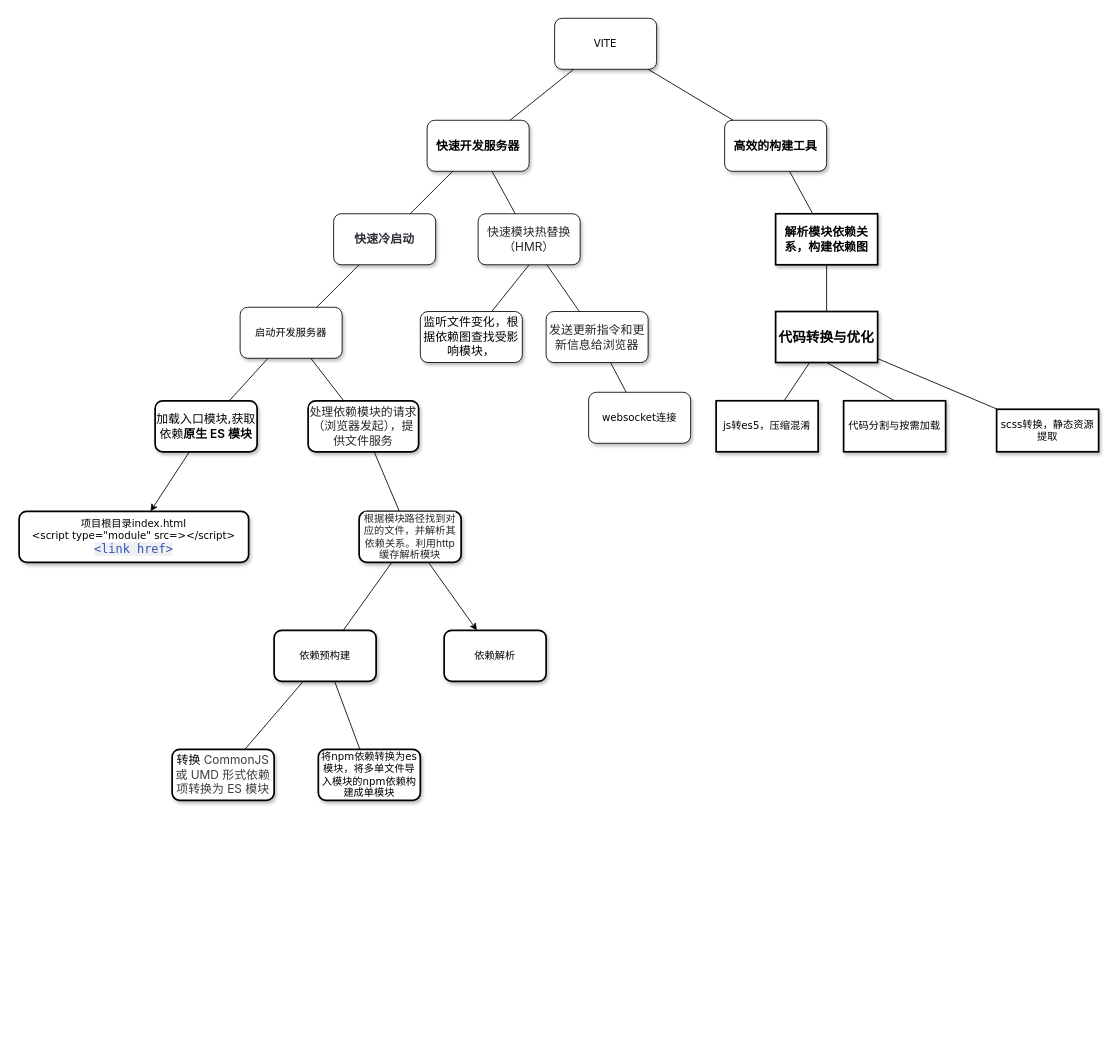
siyuejiwang/tools keeps this draw.io diagram as 未命名绘图.drawio. Above is the earlier version. Source tidied: cells renumbered, new cells numbered last; positions are measured from the earlier drawing's top-left corner, leaving out a move shared by most shapes. Both pictures are drawn from the tidied source at 85%, with x=0, y=0 at pixel (19, 18).
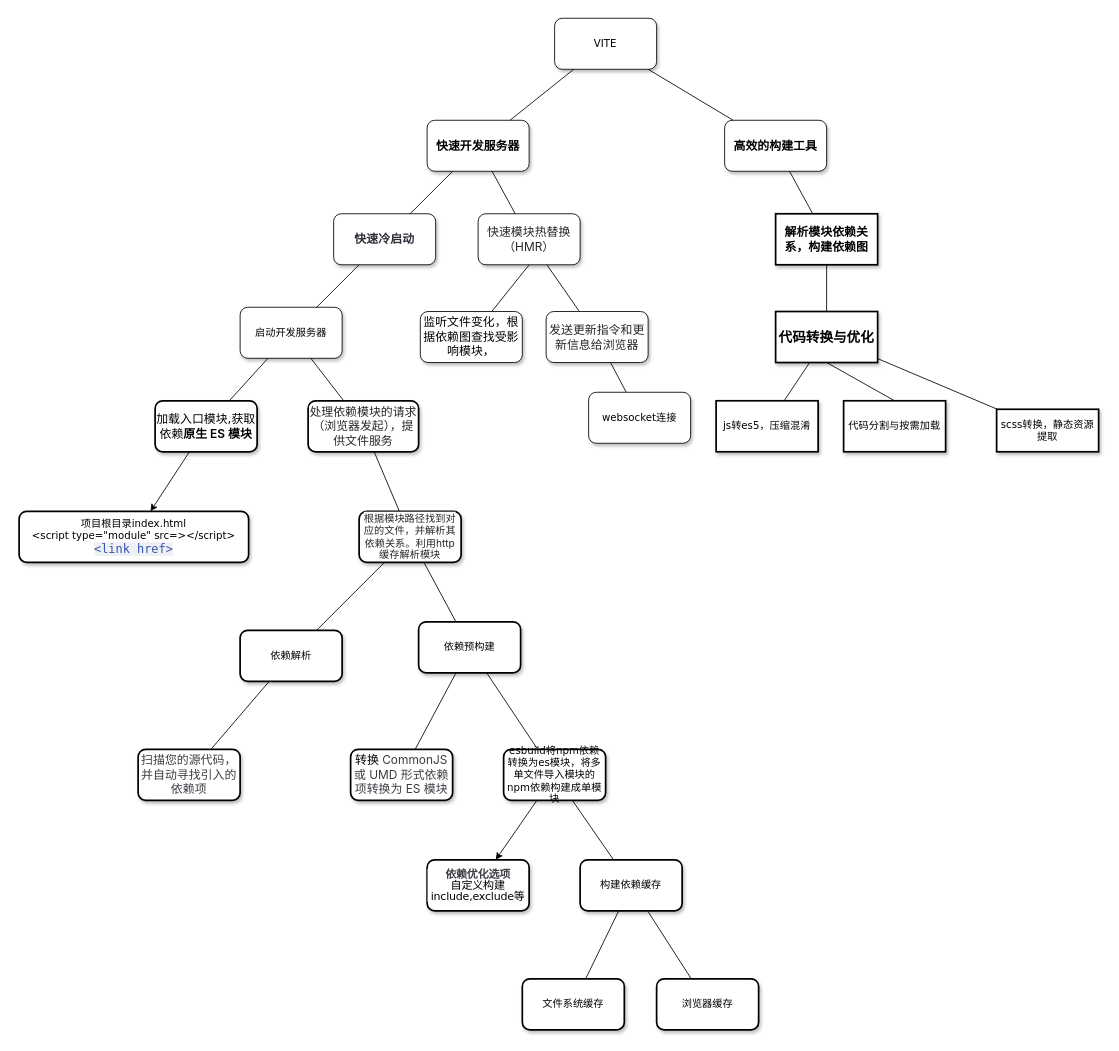
The same page after the edit.

Commit message:
更新未命名绘图.drawio

The change refers to these unchanged cells:
```xml
<mxCell id="26" value="&lt;span style=&quot;color: rgba(0, 0, 0, 0.85); font-family: Inter, -apple-system, &amp;quot;system-ui&amp;quot;, &amp;quot;Segoe UI&amp;quot;, &amp;quot;SF Pro SC&amp;quot;, &amp;quot;SF Pro Display&amp;quot;, &amp;quot;SF Pro Icons&amp;quot;, &amp;quot;PingFang SC&amp;quot;, &amp;quot;Hiragino Sans GB&amp;quot;, &amp;quot;Microsoft YaHei&amp;quot;, &amp;quot;Helvetica Neue&amp;quot;, Helvetica, Arial, sans-serif; text-align: left; background-color: rgb(255, 255, 255);&quot;&gt;&lt;font style=&quot;font-size: 12px;&quot;&gt;根据模块路径找到对应的文件，并解析其依赖关系。利用http缓存解析模块&lt;/font&gt;&lt;/span&gt;" style="whiteSpace=wrap;html=1;fontFamily=Verdana;rounded=1;shadow=1;labelBackgroundColor=none;strokeWidth=2;" parent="1" vertex="1">
  <mxGeometry x="400" y="580" width="120" height="60" as="geometry" />
</mxCell>
```

Change to the diagram source:
```diff
@@
-    <mxCell id="25" style="rounded=0;jettySize=auto;html=1;" parent="1" edge="1" source="26" target="42">
+    <mxCell id="25" style="rounded=0;jettySize=auto;html=1;endArrow=none;endFill=0;" parent="1" edge="1" source="26" target="42">
       <mxGeometry relative="1" as="geometry" />
     </mxCell>
@@
     <mxCell id="41" value="依赖预构建" style="whiteSpace=wrap;html=1;fontFamily=Verdana;rounded=1;shadow=1;labelBackgroundColor=none;strokeWidth=2;" parent="1" vertex="1">
-      <mxGeometry x="300" y="720" width="120" height="60" as="geometry" />
+      <mxGeometry x="470" y="710" width="120" height="60" as="geometry" />
     </mxCell>
+    <mxCell id="45" style="rounded=0;jettySize=auto;html=1;endArrow=none;endFill=0;" parent="1" edge="1" source="42" target="54">
+      <mxGeometry relative="1" as="geometry" />
+    </mxCell>
     <mxCell id="42" value="依赖解析" style="whiteSpace=wrap;html=1;fontFamily=Verdana;rounded=1;shadow=1;labelBackgroundColor=none;strokeWidth=2;" parent="1" vertex="1">
-      <mxGeometry x="500" y="720" width="120" height="60" as="geometry" />
+      <mxGeometry x="260" y="720" width="120" height="60" as="geometry" />
     </mxCell>
     <mxCell id="43" value="转换&lt;span style=&quot;color: rgb(60, 60, 67); font-family: &amp;quot;Punctuation SC&amp;quot;, Inter, ui-sans-serif, system-ui, sans-serif, &amp;quot;Apple Color Emoji&amp;quot;, &amp;quot;Segoe UI Emoji&amp;quot;, &amp;quot;Segoe UI Symbol&amp;quot;, &amp;quot;Noto Color Emoji&amp;quot;; font-size: 14px; text-align: left; background-color: rgb(255, 255, 255);&quot;&gt;&amp;nbsp;CommonJS 或 UMD 形式依赖项转换为 ES 模块&lt;/span&gt;" style="whiteSpace=wrap;html=1;fontFamily=Verdana;rounded=1;shadow=1;labelBackgroundColor=none;strokeWidth=2;fontSize=14;" parent="1" vertex="1">
-      <mxGeometry x="180" y="860" width="120" height="60" as="geometry" />
+      <mxGeometry x="390" y="860" width="120" height="60" as="geometry" />
     </mxCell>
+    <mxCell id="46" style="rounded=0;jettySize=auto;html=1;endArrow=none;endFill=0;" parent="1" edge="1" source="44" target="50">
+      <mxGeometry relative="1" as="geometry" />
+    </mxCell>
+    <mxCell id="47" style="rounded=0;jettySize=auto;html=1;" parent="1" edge="1" source="44" target="53">
+      <mxGeometry relative="1" as="geometry" />
+    </mxCell>
-    <mxCell id="44" value="将npm依赖转换为es模块，将多单文件导入模块的npm依赖构建成单模块" style="whiteSpace=wrap;html=1;fontFamily=Verdana;rounded=1;shadow=1;labelBackgroundColor=none;strokeWidth=2;" parent="1" vertex="1">
-      <mxGeometry x="352" y="860" width="120" height="60" as="geometry" />
+    <mxCell id="44" value="esbuild将npm依赖转换为es模块，将多单文件导入模块的npm依赖构建成单模块" style="whiteSpace=wrap;html=1;fontFamily=Verdana;rounded=1;shadow=1;labelBackgroundColor=none;strokeWidth=2;" parent="1" vertex="1">
+      <mxGeometry x="570" y="860" width="120" height="60" as="geometry" />
     </mxCell>
+    <mxCell id="48" style="rounded=0;jettySize=auto;html=1;endArrow=none;endFill=0;" parent="1" edge="1" source="50" target="51">
+      <mxGeometry relative="1" as="geometry" />
+    </mxCell>
+    <mxCell id="49" style="rounded=0;jettySize=auto;html=1;endArrow=none;endFill=0;" parent="1" edge="1" source="50" target="52">
+      <mxGeometry relative="1" as="geometry" />
+    </mxCell>
+    <mxCell id="50" value="构建依赖缓存" style="whiteSpace=wrap;html=1;fontFamily=Verdana;rounded=1;shadow=1;labelBackgroundColor=none;strokeWidth=2;" parent="1" vertex="1">
+      <mxGeometry x="660" y="990" width="120" height="60" as="geometry" />
+    </mxCell>
+    <mxCell id="51" value="文件系统缓存" style="whiteSpace=wrap;html=1;fontFamily=Verdana;rounded=1;shadow=1;labelBackgroundColor=none;strokeWidth=2;" parent="1" vertex="1">
+      <mxGeometry x="592" y="1130" width="120" height="60" as="geometry" />
+    </mxCell>
+    <mxCell id="52" value="浏览器缓存" style="whiteSpace=wrap;html=1;fontFamily=Verdana;rounded=1;shadow=1;labelBackgroundColor=none;strokeWidth=2;" parent="1" vertex="1">
+      <mxGeometry x="750" y="1130" width="120" height="60" as="geometry" />
+    </mxCell>
+    <mxCell id="53" value="&lt;h1 style=&quot;box-sizing: border-box; margin: 0px; line-height: 100%; overflow-wrap: break-word; position: relative; outline: none; letter-spacing: -0.02em; color: rgb(60, 60, 67); font-family: &amp;quot;Punctuation SC&amp;quot;, Inter, ui-sans-serif, system-ui, sans-serif, &amp;quot;Apple Color Emoji&amp;quot;, &amp;quot;Segoe UI Emoji&amp;quot;, &amp;quot;Segoe UI Symbol&amp;quot;, &amp;quot;Noto Color Emoji&amp;quot;; background-color: rgb(255, 255, 255); font-size: 13px;&quot; tabindex=&quot;-1&quot; id=&quot;dep-optimization-options&quot;&gt;&lt;font style=&quot;font-size: 13px;&quot;&gt;依赖优化选项&lt;/font&gt;&lt;/h1&gt;&lt;h1 style=&quot;box-sizing: border-box; margin: 0px; line-height: 100%; overflow-wrap: break-word; position: relative; outline: none; letter-spacing: -0.02em; color: rgb(60, 60, 67); font-family: &amp;quot;Punctuation SC&amp;quot;, Inter, ui-sans-serif, system-ui, sans-serif, &amp;quot;Apple Color Emoji&amp;quot;, &amp;quot;Segoe UI Emoji&amp;quot;, &amp;quot;Segoe UI Symbol&amp;quot;, &amp;quot;Noto Color Emoji&amp;quot;; background-color: rgb(255, 255, 255); font-size: 13px;&quot; tabindex=&quot;-1&quot; id=&quot;dep-optimization-options&quot;&gt;&lt;span style=&quot;background-color: initial; color: rgb(0, 0, 0); font-family: Verdana; font-weight: normal;&quot;&gt;&lt;font style=&quot;font-size: 13px;&quot;&gt;自定义构建include,exclude等&lt;/font&gt;&lt;/span&gt;&lt;/h1&gt;" style="whiteSpace=wrap;html=1;fontFamily=Verdana;rounded=1;shadow=1;labelBackgroundColor=none;strokeWidth=2;fontSize=14;align=center;" parent="1" vertex="1">
+      <mxGeometry x="480" y="990" width="120" height="60" as="geometry" />
+    </mxCell>
+    <mxCell id="54" value="&lt;span style=&quot;color: rgb(60, 60, 67); font-family: &amp;quot;Punctuation SC&amp;quot;, Inter, ui-sans-serif, system-ui, sans-serif, &amp;quot;Apple Color Emoji&amp;quot;, &amp;quot;Segoe UI Emoji&amp;quot;, &amp;quot;Segoe UI Symbol&amp;quot;, &amp;quot;Noto Color Emoji&amp;quot;; font-size: 14px; text-align: start; background-color: rgb(255, 255, 255);&quot;&gt;扫描您的源代码，并自动寻找引入的依赖项&lt;/span&gt;" style="whiteSpace=wrap;html=1;fontFamily=Verdana;rounded=1;shadow=1;labelBackgroundColor=none;strokeWidth=2;fontSize=14;" parent="1" vertex="1">
+      <mxGeometry x="140" y="860" width="120" height="60" as="geometry" />
+    </mxCell>
```
